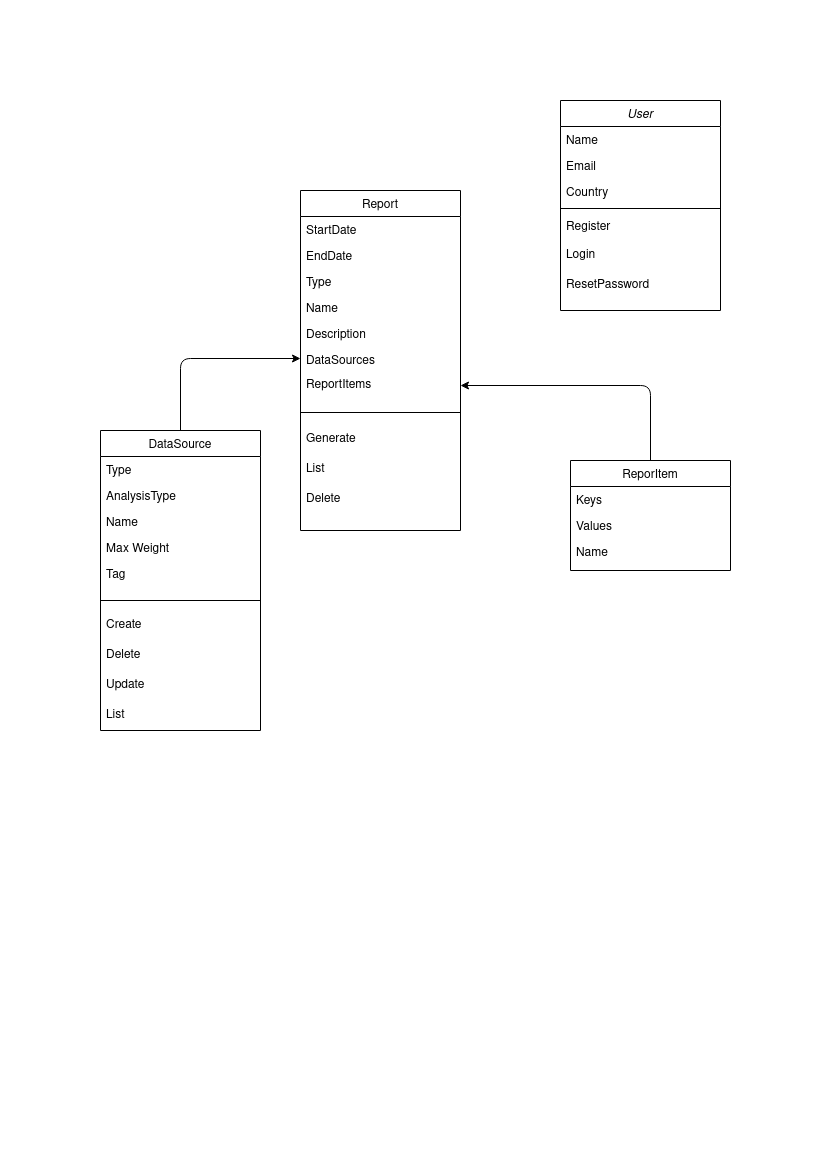
Earlier version of the draw.io export class_diagram.png (sedatozturke/swe-573-2020f). Source tidied: cells renumbered, new cells last; positions are measured from the earlier drawing's top-left corner, leaving out a move shared by most shapes.
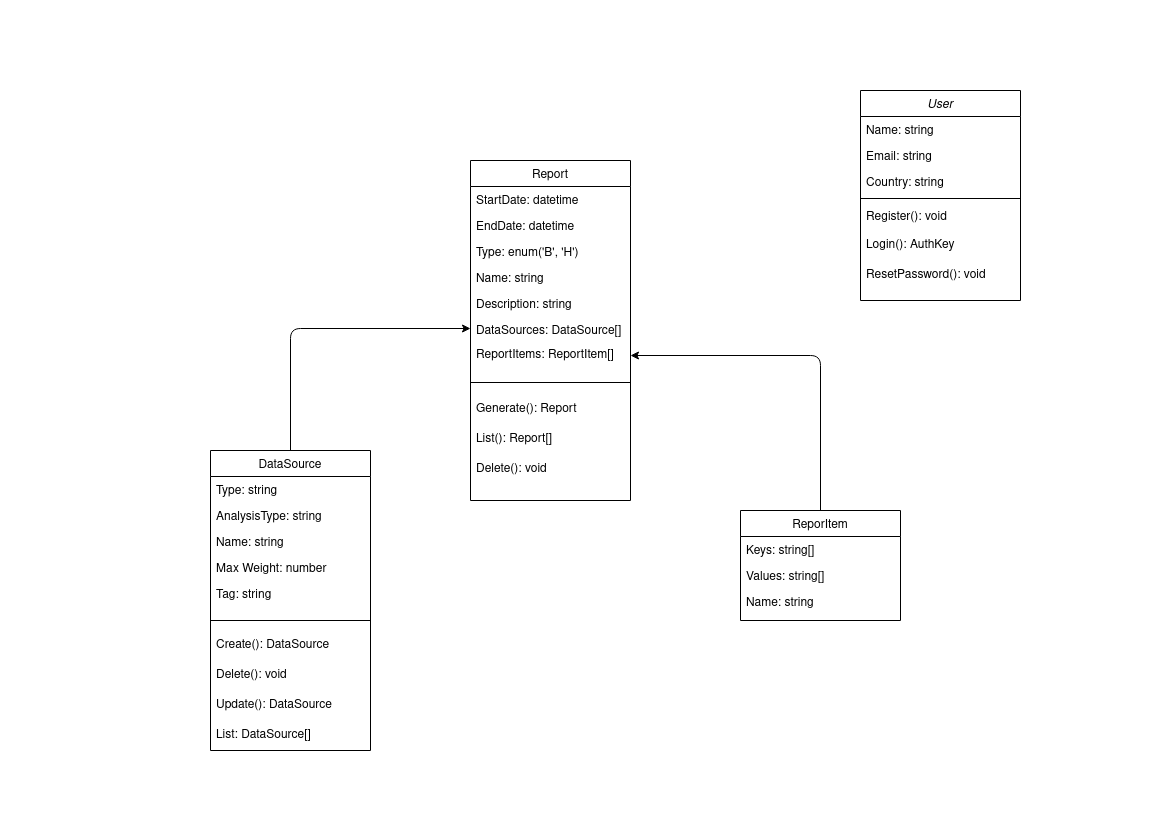
Above is the later version.

Commit message:
New class diagram

Diff of the diagram source:
```diff
@@ -3,108 +3,108 @@
     <mxCell id="0" />
     <mxCell id="1" parent="0" />
     <mxCell id="2" value="User" style="swimlane;fontStyle=2;align=center;verticalAlign=top;horizontal=1;startSize=26;rounded=0;shadow=0;strokeWidth=1;" parent="1" vertex="1">
-      <mxGeometry x="460" width="160" height="210" as="geometry" />
+      <mxGeometry x="760" y="-10" width="160" height="210" as="geometry" />
     </mxCell>
-    <mxCell id="3" value="Name" style="text;align=left;verticalAlign=top;spacingLeft=4;spacingRight=4;overflow=hidden;" parent="2" vertex="1">
+    <mxCell id="3" value="Name: string" style="text;align=left;verticalAlign=top;spacingLeft=4;spacingRight=4;overflow=hidden;" parent="2" vertex="1">
       <mxGeometry y="26" width="160" height="26" as="geometry" />
     </mxCell>
-    <mxCell id="4" value="Email" style="text;align=left;verticalAlign=top;spacingLeft=4;spacingRight=4;overflow=hidden;rounded=0;shadow=0;html=0;" parent="2" vertex="1">
+    <mxCell id="4" value="Email: string" style="text;align=left;verticalAlign=top;spacingLeft=4;spacingRight=4;overflow=hidden;rounded=0;shadow=0;html=0;" parent="2" vertex="1">
       <mxGeometry y="52" width="160" height="26" as="geometry" />
     </mxCell>
-    <mxCell id="5" value="Country" style="text;align=left;verticalAlign=top;spacingLeft=4;spacingRight=4;overflow=hidden;rounded=0;shadow=0;html=0;" parent="2" vertex="1">
+    <mxCell id="5" value="Country: string" style="text;align=left;verticalAlign=top;spacingLeft=4;spacingRight=4;overflow=hidden;rounded=0;shadow=0;html=0;" parent="2" vertex="1">
       <mxGeometry y="78" width="160" height="26" as="geometry" />
     </mxCell>
     <mxCell id="6" style="line;html=1;strokeWidth=1;align=left;verticalAlign=middle;spacingTop=-1;spacingLeft=3;spacingRight=3;labelPosition=right;" parent="2" vertex="1">
       <mxGeometry y="104" width="160" height="8" as="geometry" />
     </mxCell>
-    <mxCell id="7" value="Register&#10;" style="text;align=left;verticalAlign=top;spacingLeft=4;spacingRight=4;overflow=hidden;" parent="2" vertex="1">
+    <mxCell id="7" value="Register(): void&#10;" style="text;align=left;verticalAlign=top;spacingLeft=4;spacingRight=4;overflow=hidden;" parent="2" vertex="1">
       <mxGeometry y="112" width="160" height="28" as="geometry" />
     </mxCell>
-    <mxCell id="8" value="Login" style="text;align=left;verticalAlign=top;spacingLeft=4;spacingRight=4;overflow=hidden;" parent="2" vertex="1">
+    <mxCell id="8" value="Login(): AuthKey" style="text;align=left;verticalAlign=top;spacingLeft=4;spacingRight=4;overflow=hidden;" parent="2" vertex="1">
       <mxGeometry y="140" width="160" height="30" as="geometry" />
     </mxCell>
-    <mxCell id="9" value="ResetPassword" style="text;align=left;verticalAlign=top;spacingLeft=4;spacingRight=4;overflow=hidden;" parent="2" vertex="1">
+    <mxCell id="9" value="ResetPassword(): void" style="text;align=left;verticalAlign=top;spacingLeft=4;spacingRight=4;overflow=hidden;" parent="2" vertex="1">
       <mxGeometry y="170" width="160" height="30" as="geometry" />
     </mxCell>
     <mxCell id="10" value="DataSource" style="swimlane;fontStyle=0;align=center;verticalAlign=top;horizontal=1;startSize=26;rounded=0;shadow=0;strokeWidth=1;" parent="1" vertex="1">
-      <mxGeometry y="330" width="160" height="300" as="geometry" />
+      <mxGeometry x="110" y="350" width="160" height="300" as="geometry" />
     </mxCell>
-    <mxCell id="11" value="Type" style="text;align=left;verticalAlign=top;spacingLeft=4;spacingRight=4;overflow=hidden;" parent="10" vertex="1">
+    <mxCell id="11" value="Type: string" style="text;align=left;verticalAlign=top;spacingLeft=4;spacingRight=4;overflow=hidden;" parent="10" vertex="1">
       <mxGeometry y="26" width="160" height="26" as="geometry" />
     </mxCell>
-    <mxCell id="12" value="AnalysisType" style="text;align=left;verticalAlign=top;spacingLeft=4;spacingRight=4;overflow=hidden;rounded=0;shadow=0;html=0;" parent="10" vertex="1">
+    <mxCell id="12" value="AnalysisType: string" style="text;align=left;verticalAlign=top;spacingLeft=4;spacingRight=4;overflow=hidden;rounded=0;shadow=0;html=0;" parent="10" vertex="1">
       <mxGeometry y="52" width="160" height="26" as="geometry" />
     </mxCell>
-    <mxCell id="13" value="Name" style="text;align=left;verticalAlign=top;spacingLeft=4;spacingRight=4;overflow=hidden;rounded=0;shadow=0;html=0;" parent="10" vertex="1">
+    <mxCell id="13" value="Name: string" style="text;align=left;verticalAlign=top;spacingLeft=4;spacingRight=4;overflow=hidden;rounded=0;shadow=0;html=0;" parent="10" vertex="1">
       <mxGeometry y="78" width="160" height="26" as="geometry" />
     </mxCell>
-    <mxCell id="14" value="Max Weight" style="text;align=left;verticalAlign=top;spacingLeft=4;spacingRight=4;overflow=hidden;rounded=0;shadow=0;html=0;" parent="10" vertex="1">
+    <mxCell id="14" value="Max Weight: number" style="text;align=left;verticalAlign=top;spacingLeft=4;spacingRight=4;overflow=hidden;rounded=0;shadow=0;html=0;" parent="10" vertex="1">
       <mxGeometry y="104" width="160" height="26" as="geometry" />
     </mxCell>
-    <mxCell id="15" value="Tag" style="text;align=left;verticalAlign=top;spacingLeft=4;spacingRight=4;overflow=hidden;rounded=0;shadow=0;html=0;" parent="10" vertex="1">
+    <mxCell id="15" value="Tag: string" style="text;align=left;verticalAlign=top;spacingLeft=4;spacingRight=4;overflow=hidden;rounded=0;shadow=0;html=0;" parent="10" vertex="1">
       <mxGeometry y="130" width="160" height="30" as="geometry" />
     </mxCell>
     <mxCell id="16" style="line;html=1;strokeWidth=1;align=left;verticalAlign=middle;spacingTop=-1;spacingLeft=3;spacingRight=3;labelPosition=right;" parent="10" vertex="1">
       <mxGeometry y="160" width="160" height="20" as="geometry" />
     </mxCell>
-    <mxCell id="17" value="Create" style="text;align=left;verticalAlign=top;spacingLeft=4;spacingRight=4;overflow=hidden;rounded=0;shadow=0;html=0;" parent="10" vertex="1">
+    <mxCell id="17" value="Create(): DataSource" style="text;align=left;verticalAlign=top;spacingLeft=4;spacingRight=4;overflow=hidden;rounded=0;shadow=0;html=0;" parent="10" vertex="1">
       <mxGeometry y="180" width="160" height="30" as="geometry" />
     </mxCell>
-    <mxCell id="18" value="Delete" style="text;align=left;verticalAlign=top;spacingLeft=4;spacingRight=4;overflow=hidden;rounded=0;shadow=0;html=0;" parent="10" vertex="1">
+    <mxCell id="18" value="Delete(): void" style="text;align=left;verticalAlign=top;spacingLeft=4;spacingRight=4;overflow=hidden;rounded=0;shadow=0;html=0;" parent="10" vertex="1">
       <mxGeometry y="210" width="160" height="30" as="geometry" />
     </mxCell>
-    <mxCell id="19" value="Update" style="text;align=left;verticalAlign=top;spacingLeft=4;spacingRight=4;overflow=hidden;rounded=0;shadow=0;html=0;" parent="10" vertex="1">
+    <mxCell id="19" value="Update(): DataSource" style="text;align=left;verticalAlign=top;spacingLeft=4;spacingRight=4;overflow=hidden;rounded=0;shadow=0;html=0;" parent="10" vertex="1">
       <mxGeometry y="240" width="160" height="30" as="geometry" />
     </mxCell>
-    <mxCell id="20" value="List" style="text;align=left;verticalAlign=top;spacingLeft=4;spacingRight=4;overflow=hidden;rounded=0;shadow=0;html=0;" parent="10" vertex="1">
+    <mxCell id="20" value="List: DataSource[]" style="text;align=left;verticalAlign=top;spacingLeft=4;spacingRight=4;overflow=hidden;rounded=0;shadow=0;html=0;" parent="10" vertex="1">
       <mxGeometry y="270" width="160" height="30" as="geometry" />
     </mxCell>
     <mxCell id="21" value="ReporItem" style="swimlane;fontStyle=0;align=center;verticalAlign=top;horizontal=1;startSize=26;rounded=0;shadow=0;strokeWidth=1;" parent="1" vertex="1">
-      <mxGeometry x="470" y="360" width="160" height="110" as="geometry" />
+      <mxGeometry x="640" y="410" width="160" height="110" as="geometry" />
     </mxCell>
-    <mxCell id="22" value="Keys" style="text;align=left;verticalAlign=top;spacingLeft=4;spacingRight=4;overflow=hidden;" parent="21" vertex="1">
+    <mxCell id="22" value="Keys: string[]" style="text;align=left;verticalAlign=top;spacingLeft=4;spacingRight=4;overflow=hidden;" parent="21" vertex="1">
       <mxGeometry y="26" width="160" height="26" as="geometry" />
     </mxCell>
-    <mxCell id="23" value="Values" style="text;align=left;verticalAlign=top;spacingLeft=4;spacingRight=4;overflow=hidden;" parent="21" vertex="1">
+    <mxCell id="23" value="Values: string[]" style="text;align=left;verticalAlign=top;spacingLeft=4;spacingRight=4;overflow=hidden;" parent="21" vertex="1">
       <mxGeometry y="52" width="160" height="26" as="geometry" />
     </mxCell>
-    <mxCell id="24" value="Name" style="text;align=left;verticalAlign=top;spacingLeft=4;spacingRight=4;overflow=hidden;" parent="21" vertex="1">
+    <mxCell id="24" value="Name: string" style="text;align=left;verticalAlign=top;spacingLeft=4;spacingRight=4;overflow=hidden;" parent="21" vertex="1">
       <mxGeometry y="78" width="160" height="26" as="geometry" />
     </mxCell>
     <mxCell id="25" value="Report" style="swimlane;fontStyle=0;align=center;verticalAlign=top;horizontal=1;startSize=26;rounded=0;shadow=0;strokeWidth=1;" parent="1" vertex="1">
-      <mxGeometry x="200" y="90" width="160" height="340" as="geometry" />
+      <mxGeometry x="370" y="60" width="160" height="340" as="geometry" />
     </mxCell>
-    <mxCell id="26" value="StartDate" style="text;align=left;verticalAlign=top;spacingLeft=4;spacingRight=4;overflow=hidden;" parent="25" vertex="1">
+    <mxCell id="26" value="StartDate: datetime" style="text;align=left;verticalAlign=top;spacingLeft=4;spacingRight=4;overflow=hidden;" parent="25" vertex="1">
       <mxGeometry y="26" width="160" height="26" as="geometry" />
     </mxCell>
-    <mxCell id="27" value="EndDate" style="text;align=left;verticalAlign=top;spacingLeft=4;spacingRight=4;overflow=hidden;rounded=0;shadow=0;html=0;" parent="25" vertex="1">
+    <mxCell id="27" value="EndDate: datetime" style="text;align=left;verticalAlign=top;spacingLeft=4;spacingRight=4;overflow=hidden;rounded=0;shadow=0;html=0;" parent="25" vertex="1">
       <mxGeometry y="52" width="160" height="26" as="geometry" />
     </mxCell>
-    <mxCell id="28" value="Type" style="text;align=left;verticalAlign=top;spacingLeft=4;spacingRight=4;overflow=hidden;rounded=0;shadow=0;html=0;" parent="25" vertex="1">
+    <mxCell id="28" value="Type: enum('B', 'H')" style="text;align=left;verticalAlign=top;spacingLeft=4;spacingRight=4;overflow=hidden;rounded=0;shadow=0;html=0;" parent="25" vertex="1">
       <mxGeometry y="78" width="160" height="26" as="geometry" />
     </mxCell>
-    <mxCell id="29" value="Name" style="text;align=left;verticalAlign=top;spacingLeft=4;spacingRight=4;overflow=hidden;rounded=0;shadow=0;html=0;" parent="25" vertex="1">
+    <mxCell id="29" value="Name: string" style="text;align=left;verticalAlign=top;spacingLeft=4;spacingRight=4;overflow=hidden;rounded=0;shadow=0;html=0;" parent="25" vertex="1">
       <mxGeometry y="104" width="160" height="26" as="geometry" />
     </mxCell>
-    <mxCell id="30" value="Description" style="text;align=left;verticalAlign=top;spacingLeft=4;spacingRight=4;overflow=hidden;rounded=0;shadow=0;html=0;" parent="25" vertex="1">
+    <mxCell id="30" value="Description: string" style="text;align=left;verticalAlign=top;spacingLeft=4;spacingRight=4;overflow=hidden;rounded=0;shadow=0;html=0;" parent="25" vertex="1">
       <mxGeometry y="130" width="160" height="26" as="geometry" />
     </mxCell>
-    <mxCell id="31" value="DataSources" style="text;align=left;verticalAlign=top;spacingLeft=4;spacingRight=4;overflow=hidden;points=[[0,0.5],[1,0.5]];portConstraint=eastwest;" parent="25" vertex="1">
+    <mxCell id="31" value="DataSources: DataSource[]" style="text;align=left;verticalAlign=top;spacingLeft=4;spacingRight=4;overflow=hidden;points=[[0,0.5],[1,0.5]];portConstraint=eastwest;" parent="25" vertex="1">
       <mxGeometry y="156" width="160" height="24" as="geometry" />
     </mxCell>
-    <mxCell id="32" value="ReportItems" style="text;align=left;verticalAlign=top;spacingLeft=4;spacingRight=4;overflow=hidden;points=[[0,0.5],[1,0.5]];portConstraint=eastwest;" parent="25" vertex="1">
+    <mxCell id="32" value="ReportItems: ReportItem[]" style="text;align=left;verticalAlign=top;spacingLeft=4;spacingRight=4;overflow=hidden;points=[[0,0.5],[1,0.5]];portConstraint=eastwest;" parent="25" vertex="1">
       <mxGeometry y="180" width="160" height="30" as="geometry" />
     </mxCell>
     <mxCell id="33" style="line;html=1;strokeWidth=1;align=left;verticalAlign=middle;spacingTop=-1;spacingLeft=3;spacingRight=3;labelPosition=right;" parent="25" vertex="1">
       <mxGeometry y="210" width="160" height="24" as="geometry" />
     </mxCell>
-    <mxCell id="34" value="Generate" style="text;align=left;verticalAlign=top;spacingLeft=4;spacingRight=4;overflow=hidden;" parent="25" vertex="1">
+    <mxCell id="34" value="Generate(): Report" style="text;align=left;verticalAlign=top;spacingLeft=4;spacingRight=4;overflow=hidden;" parent="25" vertex="1">
       <mxGeometry y="234" width="160" height="30" as="geometry" />
     </mxCell>
-    <mxCell id="35" value="List" style="text;align=left;verticalAlign=top;spacingLeft=4;spacingRight=4;overflow=hidden;" parent="25" vertex="1">
+    <mxCell id="35" value="List(): Report[]" style="text;align=left;verticalAlign=top;spacingLeft=4;spacingRight=4;overflow=hidden;" parent="25" vertex="1">
       <mxGeometry y="264" width="160" height="30" as="geometry" />
     </mxCell>
-    <mxCell id="36" value="Delete" style="text;align=left;verticalAlign=top;spacingLeft=4;spacingRight=4;overflow=hidden;" parent="25" vertex="1">
+    <mxCell id="36" value="Delete(): void" style="text;align=left;verticalAlign=top;spacingLeft=4;spacingRight=4;overflow=hidden;" parent="25" vertex="1">
       <mxGeometry y="294" width="160" height="30" as="geometry" />
     </mxCell>
     <mxCell id="37" style="endArrow=classic;html=1;exitX=0.5;exitY=0;exitDx=0;exitDy=0;entryX=0;entryY=0.5;entryDx=0;entryDy=0;edgeStyle=orthogonalEdgeStyle;" parent="1" edge="1" source="10" target="31">
```
